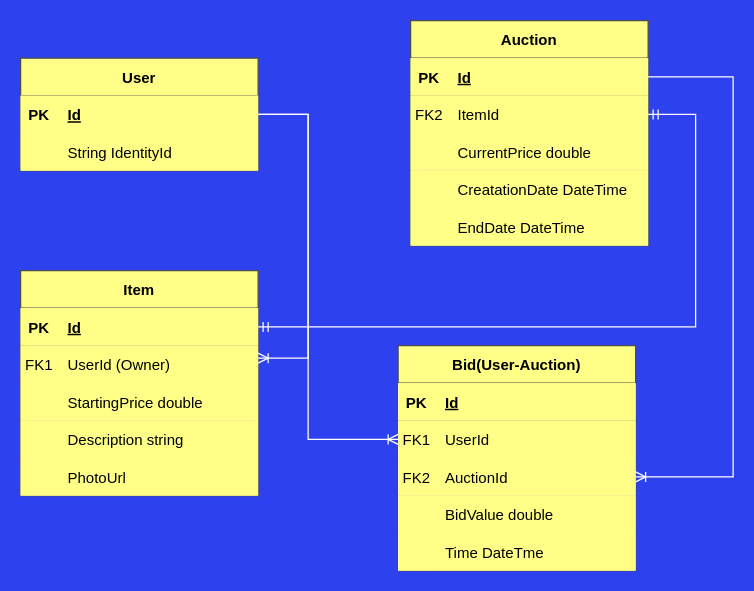
Earlier version of the draw.io diagram Documentation/OnlineAuctionDatabase.drawio (Yousif-FJ/OnlineAuction). Source tidied: cells renumbered, new cells numbered last; positions are measured from the earlier drawing's top-left corner, leaving out a move shared by most shapes. Both pictures are drawn from the tidied source at 125%, with x=0, y=0 at pixel (20, 20).
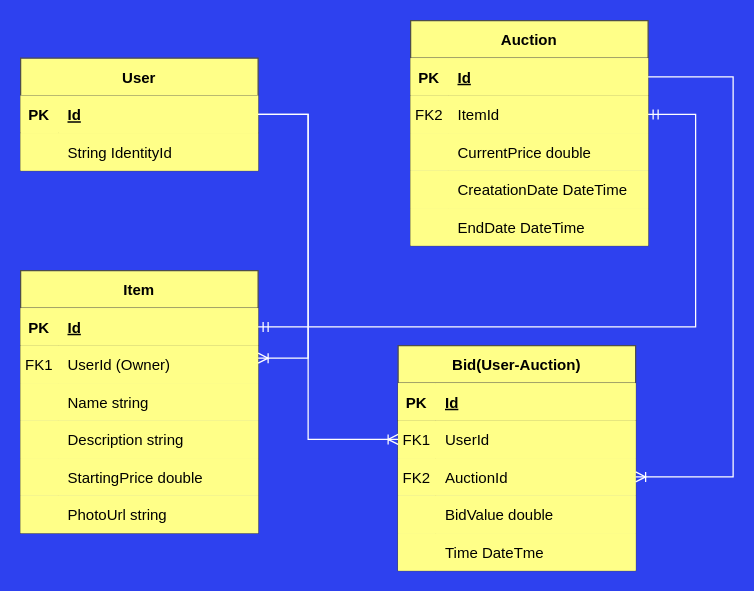
After the change.

Diff of the diagram source:
```diff
@@
     <mxCell id="18" value="Item" style="shape=table;startSize=30;childLayout=tableLayout;rowLines=0;fontStyle=1;align=center;fillColor=#ffff88;strokeColor=#4D4D4D;" parent="1" vertex="1">
-      <mxGeometry y="200" width="190" height="180" as="geometry" />
+      <mxGeometry y="200" width="190" height="210" as="geometry" />
     </mxCell>
@@
+    <mxCell id="61" style="shape=partialRectangle;fillColor=#ffff88;top=0;left=0;right=0;bottom=0;strokeColor=#4D4D4D;" parent="18" vertex="1">
+      <mxGeometry y="90" width="190" height="30" as="geometry" />
+    </mxCell>
+    <mxCell id="62" style="shape=partialRectangle;overflow=hidden;fillColor=#ffff88;top=0;left=0;bottom=0;right=0;strokeColor=#4D4D4D;" parent="61" vertex="1">
+      <mxGeometry width="30" height="30" as="geometry" />
+    </mxCell>
+    <mxCell id="63" value="Name string" style="shape=partialRectangle;overflow=hidden;fillColor=#ffff88;top=0;left=0;bottom=0;right=0;align=left;spacingLeft=6;strokeColor=#4D4D4D;" parent="61" vertex="1">
+      <mxGeometry x="30" width="160" height="30" as="geometry" />
+    </mxCell>
+    <mxCell id="28" style="shape=partialRectangle;fillColor=#ffff88;top=0;left=0;right=0;bottom=0;strokeColor=#4D4D4D;" parent="18" vertex="1">
+      <mxGeometry y="120" width="190" height="30" as="geometry" />
+    </mxCell>
+    <mxCell id="29" style="shape=partialRectangle;overflow=hidden;fillColor=#ffff88;top=0;left=0;bottom=0;right=0;strokeColor=#4D4D4D;" parent="28" vertex="1">
+      <mxGeometry width="30" height="30" as="geometry" />
+    </mxCell>
+    <mxCell id="30" value="Description string" style="shape=partialRectangle;overflow=hidden;fillColor=#ffff88;top=0;left=0;bottom=0;right=0;align=left;spacingLeft=6;strokeColor=#4D4D4D;" parent="28" vertex="1">
+      <mxGeometry x="30" width="160" height="30" as="geometry" />
+    </mxCell>
     <mxCell id="25" style="shape=partialRectangle;fillColor=#ffff88;top=0;left=0;right=0;bottom=0;strokeColor=#4D4D4D;" parent="18" vertex="1">
-      <mxGeometry y="90" width="190" height="30" as="geometry" />
+      <mxGeometry y="150" width="190" height="30" as="geometry" />
     </mxCell>
@@
-    <mxCell id="28" style="shape=partialRectangle;fillColor=#ffff88;top=0;left=0;right=0;bottom=0;strokeColor=#4D4D4D;" parent="18" vertex="1">
-      <mxGeometry y="120" width="190" height="30" as="geometry" />
-    </mxCell>
-    <mxCell id="29" style="shape=partialRectangle;overflow=hidden;fillColor=#ffff88;top=0;left=0;bottom=0;right=0;strokeColor=#4D4D4D;" parent="28" vertex="1">
-      <mxGeometry width="30" height="30" as="geometry" />
-    </mxCell>
-    <mxCell id="30" value="Description string" style="shape=partialRectangle;overflow=hidden;fillColor=#ffff88;top=0;left=0;bottom=0;right=0;align=left;spacingLeft=6;strokeColor=#4D4D4D;" parent="28" vertex="1">
-      <mxGeometry x="30" width="160" height="30" as="geometry" />
-    </mxCell>
     <mxCell id="31" style="shape=partialRectangle;fillColor=#ffff88;top=0;left=0;right=0;bottom=0;strokeColor=#4D4D4D;" parent="18" vertex="1">
-      <mxGeometry y="150" width="190" height="30" as="geometry" />
+      <mxGeometry y="180" width="190" height="30" as="geometry" />
     </mxCell>
@@
-    <mxCell id="33" value="PhotoUrl" style="shape=partialRectangle;overflow=hidden;fillColor=#ffff88;top=0;left=0;bottom=0;right=0;align=left;spacingLeft=6;strokeColor=#4D4D4D;" parent="31" vertex="1">
+    <mxCell id="33" value="PhotoUrl string    " style="shape=partialRectangle;overflow=hidden;fillColor=#ffff88;top=0;left=0;bottom=0;right=0;align=left;spacingLeft=6;strokeColor=#4D4D4D;" parent="31" vertex="1">
       <mxGeometry x="30" width="160" height="30" as="geometry" />
     </mxCell>
```
